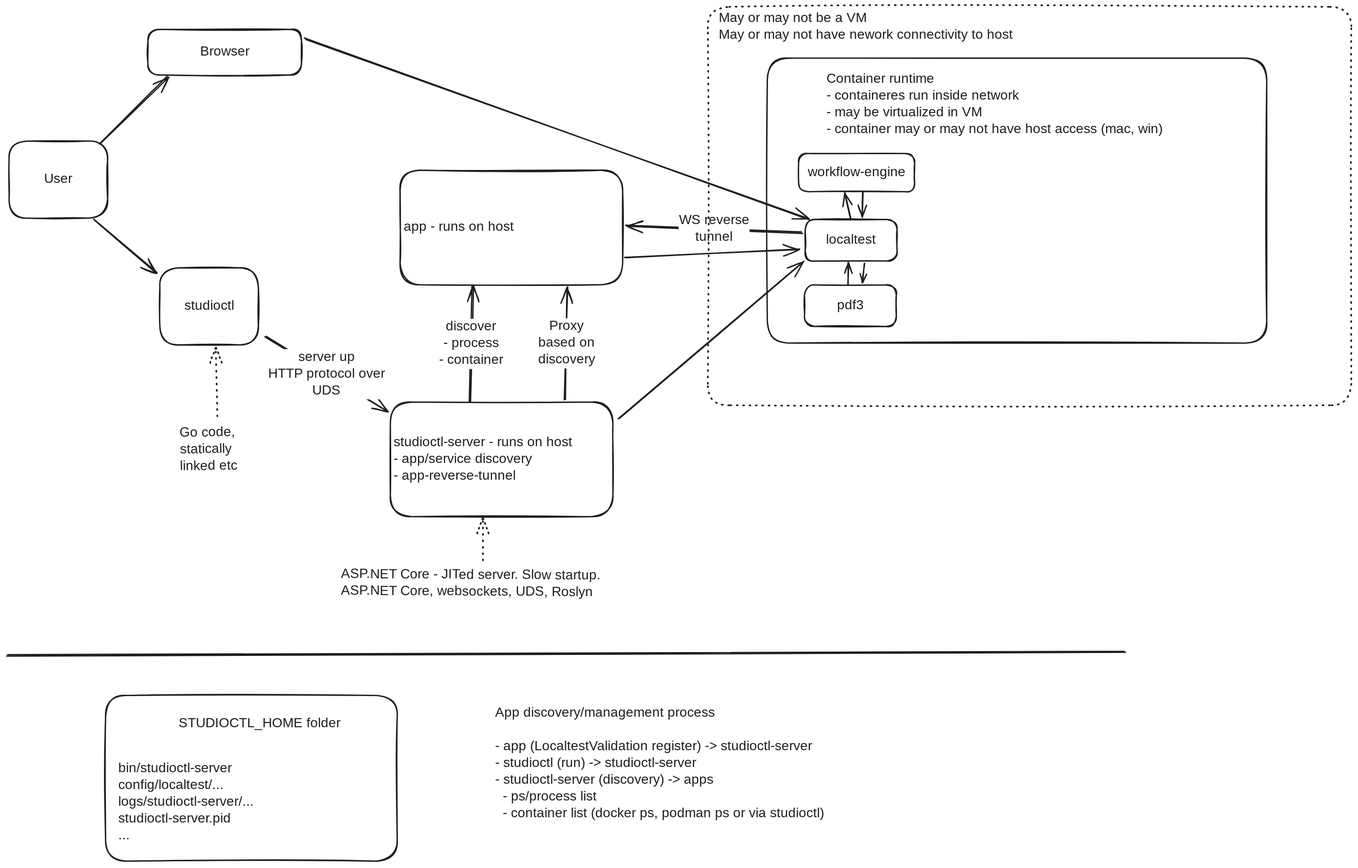
Earlier version of the Excalidraw export docs/diagrams/studioctl.excalidraw.svg (jonny5203/altinn-studio). Source tidied: one line per element, renumbered; positions are measured from the earlier drawing's top-left corner, leaving out a move shared by most shapes.
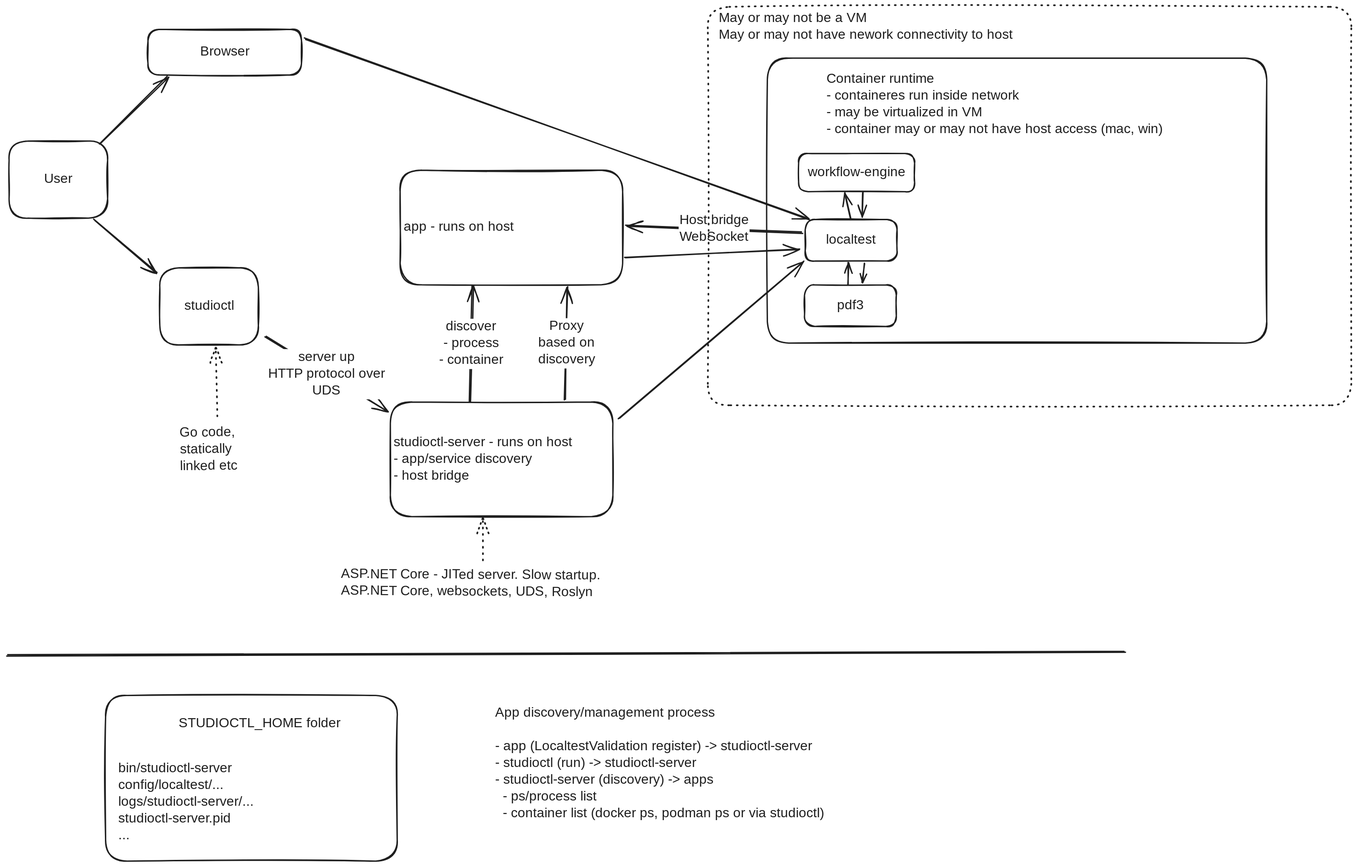
After the commit.

The edit, as a diff of the source:
```diff
@@ -8,7 +8,7 @@
 {"id": 7, "type": "text", "text": "Go code,\nstatically\nlinked etc", "strokeColor": "#1e1e1e", "angle": 6.27, "strokeWidth": 2, "roughness": 1, "fontSize": 20, "fontFamily": 5, "x": 257, "y": 623, "width": 115, "height": 75}
 {"id": 8, "type": "arrow", "strokeColor": "#1e1e1e", "strokeWidth": 2, "strokeStyle": "dotted", "roughness": 1, "endArrowhead": "arrow", "round": true, "from": 7, "to": 2, "x": 312, "y": 612, "width": 1, "height": 105, "points": [[0, 0], [-1, -105]]}
 {"id": 9, "type": "rectangle", "strokeColor": "#1e1e1e", "strokeWidth": 2, "roughness": 1, "round": true, "x": 571, "y": 590, "width": 332, "height": 171}
-{"id": 10, "type": "text", "text": "studioctl-server - runs on host\n- app/service discovery\n- app-reverse-tunnel", "strokeColor": "#1e1e1e", "strokeWidth": 2, "roughness": 1, "fontSize": 20, "fontFamily": 5, "verticalAlign": "middle", "inside": 9, "x": 576, "y": 638, "width": 267, "height": 75}
+{"id": 10, "type": "text", "text": "studioctl-server - runs on host\n- app/service discovery\n- host bridge", "strokeColor": "#1e1e1e", "strokeWidth": 2, "roughness": 1, "fontSize": 20, "fontFamily": 5, "verticalAlign": "middle", "inside": 9, "x": 576, "y": 638, "width": 267, "height": 75}
 {"id": 11, "type": "arrow", "strokeColor": "#1e1e1e", "strokeWidth": 2, "roughness": 1, "endArrowhead": "arrow", "round": true, "from": 2, "to": 9, "x": 384, "y": 492, "width": 182, "height": 112, "points": [[0, 0], [182, 112]]}
 {"id": 12, "type": "text", "text": "server up\nHTTP protocol over\nUDS", "strokeColor": "#1e1e1e", "strokeWidth": 2, "roughness": 1, "fontSize": 20, "fontFamily": 5, "textAlign": "center", "verticalAlign": "middle", "inside": 11, "x": 407, "y": 475, "width": 198, "height": 75}
 {"id": 13, "type": "text", "text": "ASP.NET Core - JITed server. Slow startup.\nASP.NET Core, websockets, UDS, Roslyn", "strokeColor": "#1e1e1e", "angle": 0.01, "strokeWidth": 2, "roughness": 1, "fontSize": 20, "fontFamily": 5, "x": 497, "y": 836, "width": 478, "height": 50}
@@ -23,7 +23,7 @@
 {"id": 22, "type": "text", "text": "pdf3", "strokeColor": "#1e1e1e", "strokeWidth": 2, "roughness": 1, "fontSize": 20, "fontFamily": 5, "textAlign": "center", "verticalAlign": "middle", "inside": 21, "x": 1235, "y": 433, "width": 45, "height": 25}
 {"id": 23, "type": "arrow", "strokeColor": "#1e1e1e", "strokeWidth": 2, "roughness": 1, "endArrowhead": "arrow", "round": true, "from": 21, "to": 19, "x": 1253, "y": 414, "width": 0, "height": 33, "points": [[0, 0], [0, -33]]}
 {"id": 24, "type": "arrow", "strokeColor": "#1e1e1e", "strokeWidth": 2, "roughness": 1, "endArrowhead": "arrow", "round": true, "from": 19, "to": 17, "x": 1185, "y": 337, "width": 262, "height": 11, "points": [[0, 0], [-262, -11]]}
-{"id": 25, "type": "text", "text": "WS reverse\ntunnel", "strokeColor": "#1e1e1e", "strokeWidth": 2, "roughness": 1, "fontSize": 20, "fontFamily": 5, "textAlign": "center", "verticalAlign": "middle", "inside": 24, "x": 1013, "y": 290, "width": 106, "height": 50}
+{"id": 25, "type": "text", "text": "Host bridge\nWebSocket", "strokeColor": "#1e1e1e", "strokeWidth": 2, "roughness": 1, "fontSize": 20, "fontFamily": 5, "textAlign": "center", "verticalAlign": "middle", "inside": 24, "x": 1013, "y": 290, "width": 106, "height": 50}
 {"id": 26, "type": "rectangle", "strokeColor": "#1e1e1e", "strokeWidth": 2, "roughness": 1, "round": true, "x": 209, "y": 34, "width": 229, "height": 68}
 {"id": 27, "type": "text", "text": "Browser", "strokeColor": "#1e1e1e", "strokeWidth": 2, "roughness": 1, "fontSize": 20, "fontFamily": 5, "textAlign": "center", "verticalAlign": "middle", "inside": 26, "x": 284, "y": 55, "width": 79, "height": 25}
 {"id": 28, "type": "arrow", "strokeColor": "#1e1e1e", "strokeWidth": 2, "roughness": 1, "endArrowhead": "arrow", "round": true, "from": 26, "to": 19, "x": 443, "y": 47, "width": 753, "height": 270, "points": [[0, 0], [753, 270]]}
```
